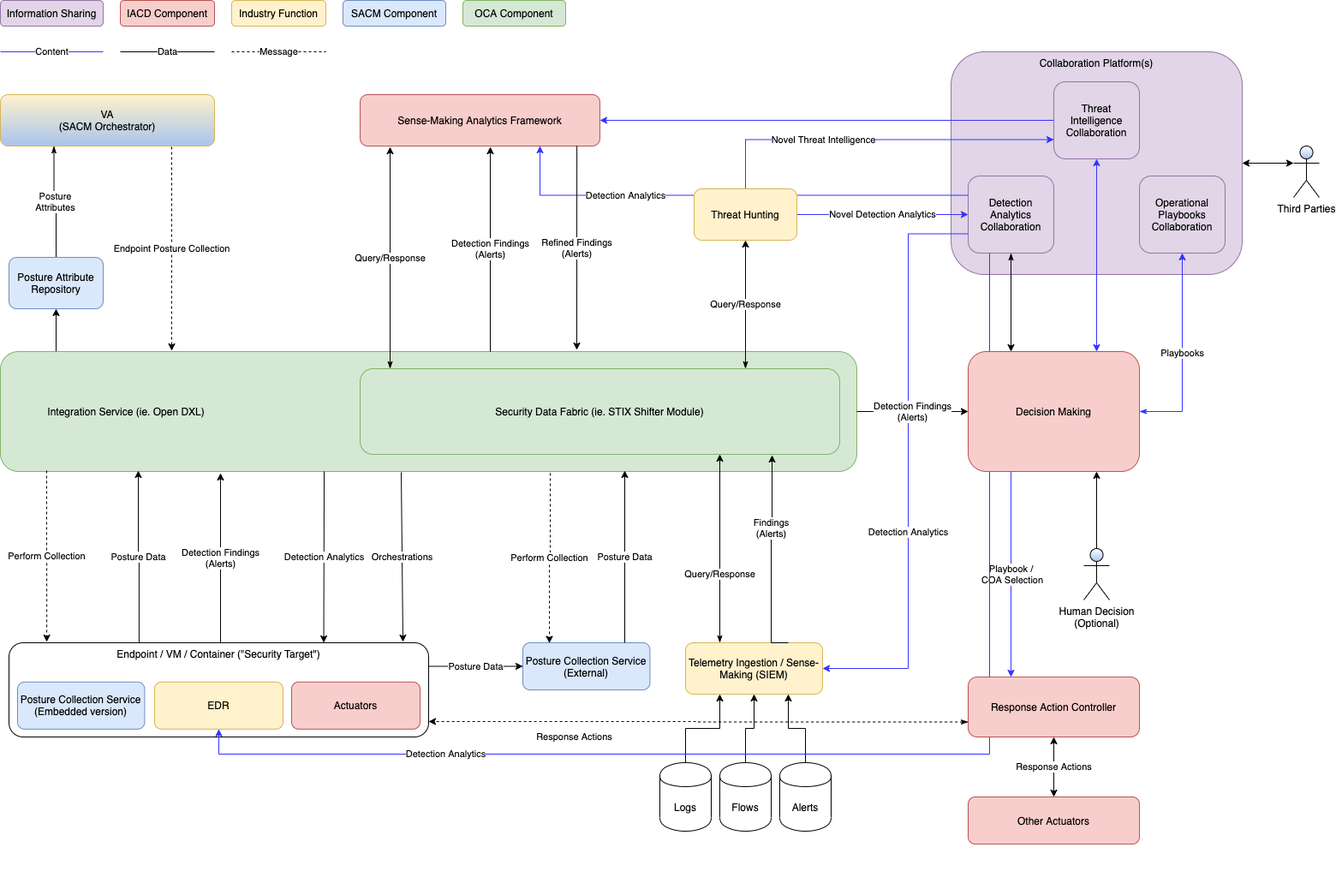
Earlier version of the draw.io export SACM_OCA_IACD.png (opencybersecurityalliance/documentation). Source tidied: cells renumbered, new cells last; positions are measured from the earlier drawing's top-left corner, leaving out a move shared by most shapes.
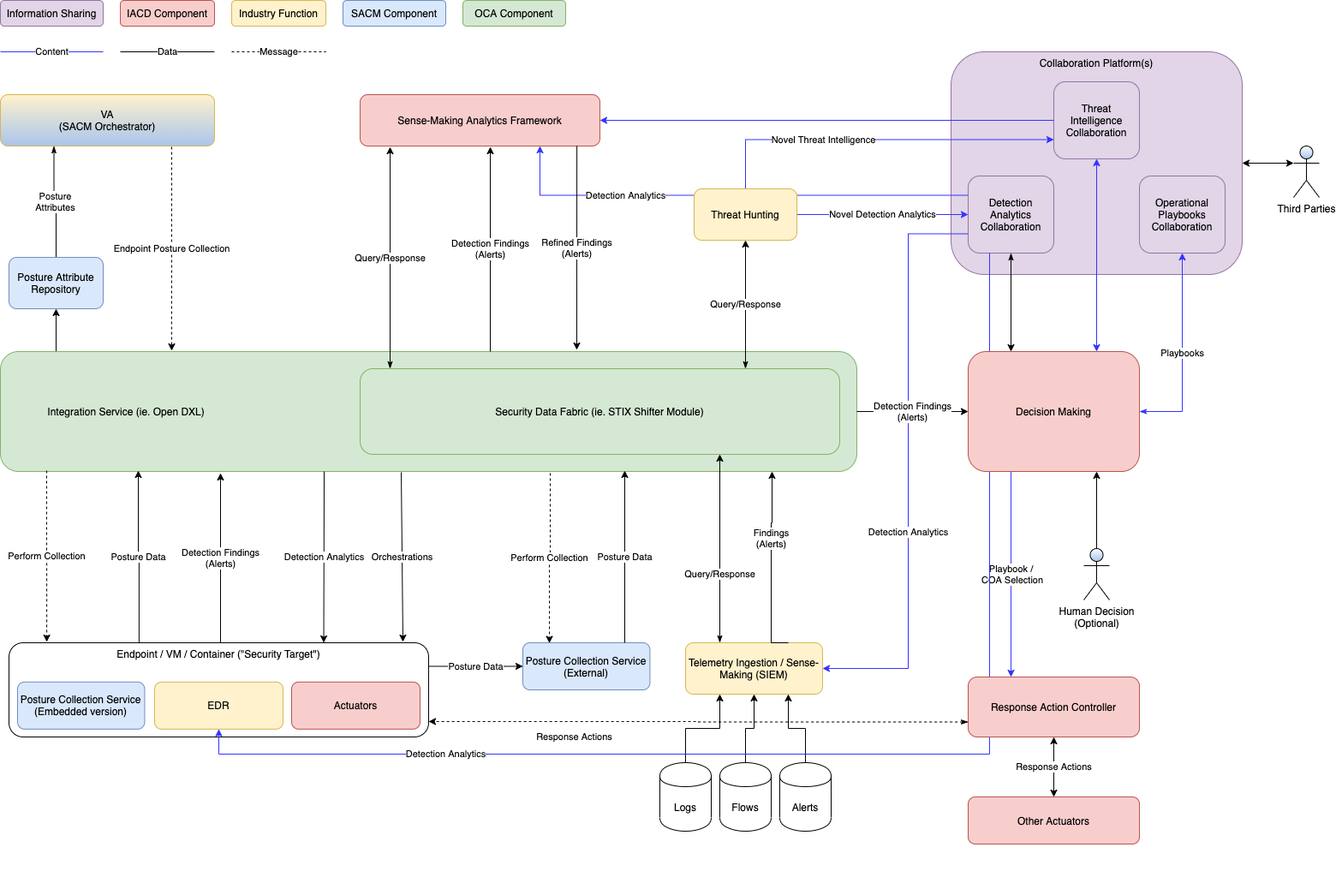
Above is the later version.

Diff of the diagram source:
```diff
@@ -185,8 +185,9 @@
     <mxCell id="52" value="Alerts" style="shape=cylinder;whiteSpace=wrap;html=1;boundedLbl=1;backgroundOutline=1;align=center;" parent="1" vertex="1">
       <mxGeometry x="910" y="890" width="60" height="80" as="geometry" />
     </mxCell>
-    <mxCell id="53" value="Findings&lt;br&gt;(Alerts)" style="edgeStyle=orthogonalEdgeStyle;rounded=0;jettySize=auto;html=1;entryX=0.859;entryY=1.01;entryDx=0;entryDy=0;startArrow=none;startFill=0;exitX=0.75;exitY=0;exitDx=0;exitDy=0;entryPerimeter=0;" parent="1" edge="1" source="44" target="11">
+    <mxCell id="53" value="Findings&lt;br&gt;(Alerts)" style="edgeStyle=orthogonalEdgeStyle;rounded=0;jettySize=auto;html=1;startArrow=none;startFill=0;exitX=0.75;exitY=0;exitDx=0;exitDy=0;" parent="1" edge="1" source="44">
       <mxGeometry x="0.28" relative="1" as="geometry">
+        <mxPoint x="901" y="550" as="targetPoint" />
         <Array as="points">
           <mxPoint x="900" y="610" />
           <mxPoint x="901" y="610" />
```
